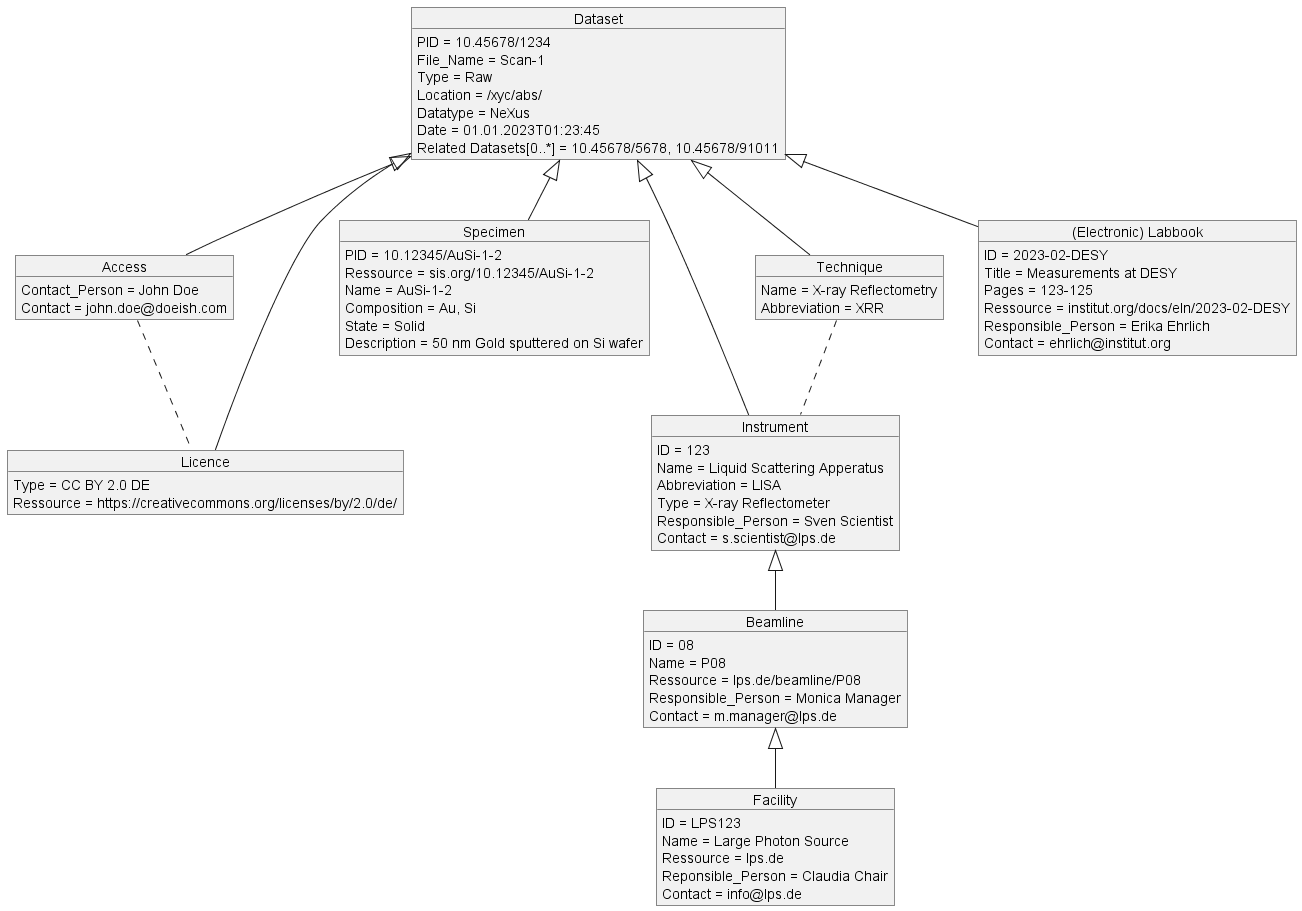
The PlantUML diagram classDiagram_richerMetadateUseCaseP08.png in PhilippJo/Metadataschema4DAPHNE, before a commit.
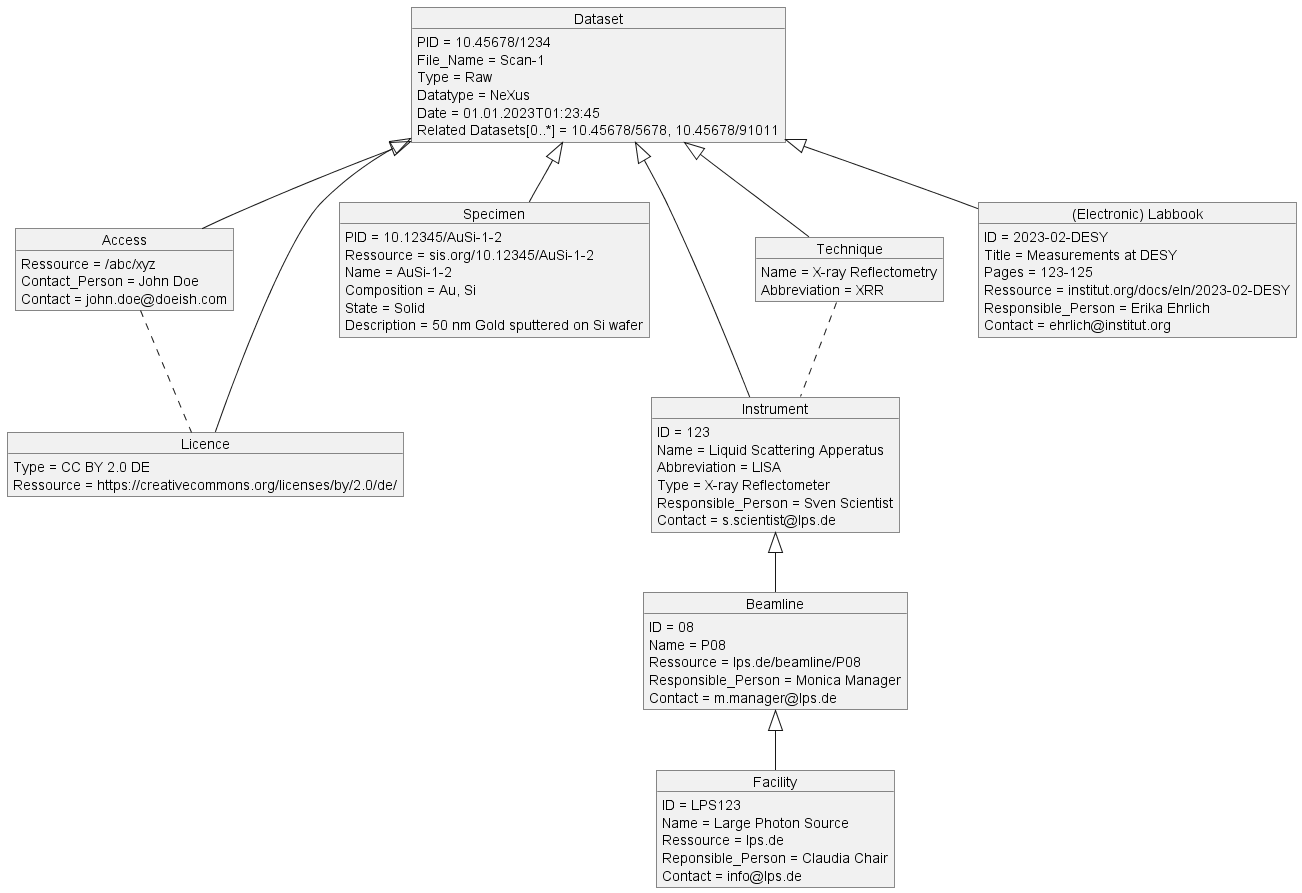
After the commit.

The edit, as a diff of the source:
```diff
@@ -7,8 +7,8 @@
 dset1 : PID = 10.45678/1234
 dset1 : File_Name = Scan-1
 dset1 : Type = Raw
-dset1 : Location = /xyc/abs/
 dset1 : Datatype = NeXus
+acs1 : Ressource = /abc/xyz
 acs1 : Contact_Person = John Doe
 acs1 : Contact = john.doe@doeish.com
 lic1 : Type = CC BY 2.0 DE
@@ -73,5 +73,4 @@
 tec1 .. inst1
 
 
-
 @endUML
```
